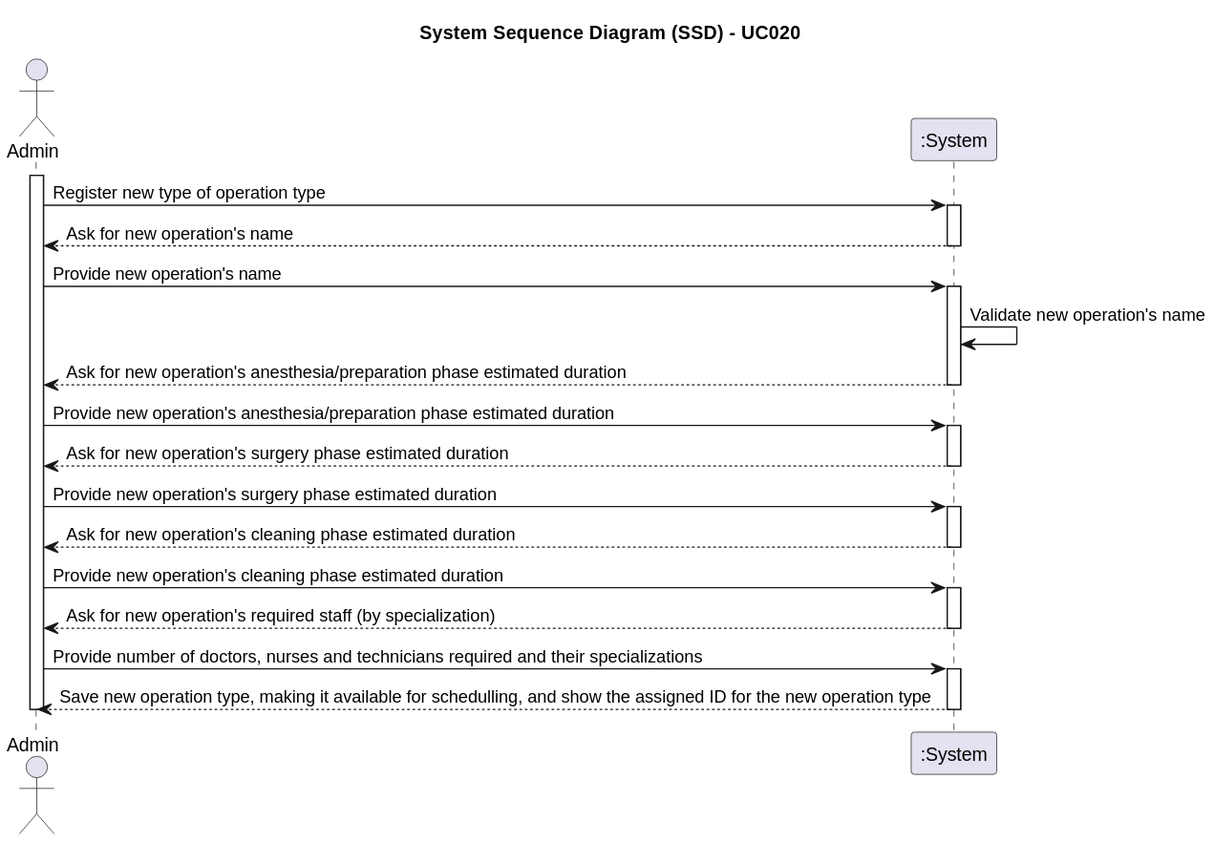
Earlier version of the PlantUML export docs/SprintA/UseCases/UC020/01.requirements-engineering/svg/uc020-system-sequence-diagram.svg (1221124/sem5pi-24-25-g031). The source it was exported from:
```plantuml
@startuml
title System Sequence Diagram (SSD) - UC020
actor Admin as Adm
participant ":System" as System

activate Adm

    Adm -> System: Register new type of operation type
    activate System

        System --> Adm: Ask for new operation's name
    deactivate System

    Adm -> System: Provide new operation's name
    activate System

        System -> System: Validate new operation's name

        System --> Adm: Ask for new operation's anesthesia/preparation phase estimated duration
    deactivate System

    Adm -> System: Provide new operation's anesthesia/preparation phase estimated duration
    activate System

        System --> Adm: Ask for new operation's surgery phase estimated duration
    deactivate System

    Adm -> System: Provide new operation's surgery phase estimated duration
    activate System

        System --> Adm: Ask for new operation's cleaning phase estimated duration
    deactivate System

    Adm -> System: Provide new operation's cleaning phase estimated duration
    activate System

        System --> Adm: Ask for new operation's required staff (by specialization)
    deactivate System

    Adm -> System: Provide number of doctors, nurses and technicians required and their specializations
    activate System

        System --> Adm: Save new operation type, making it available for schedulling, and show the assigned ID for the new operation type
    deactivate System
deactivate Adm
@enduml
```
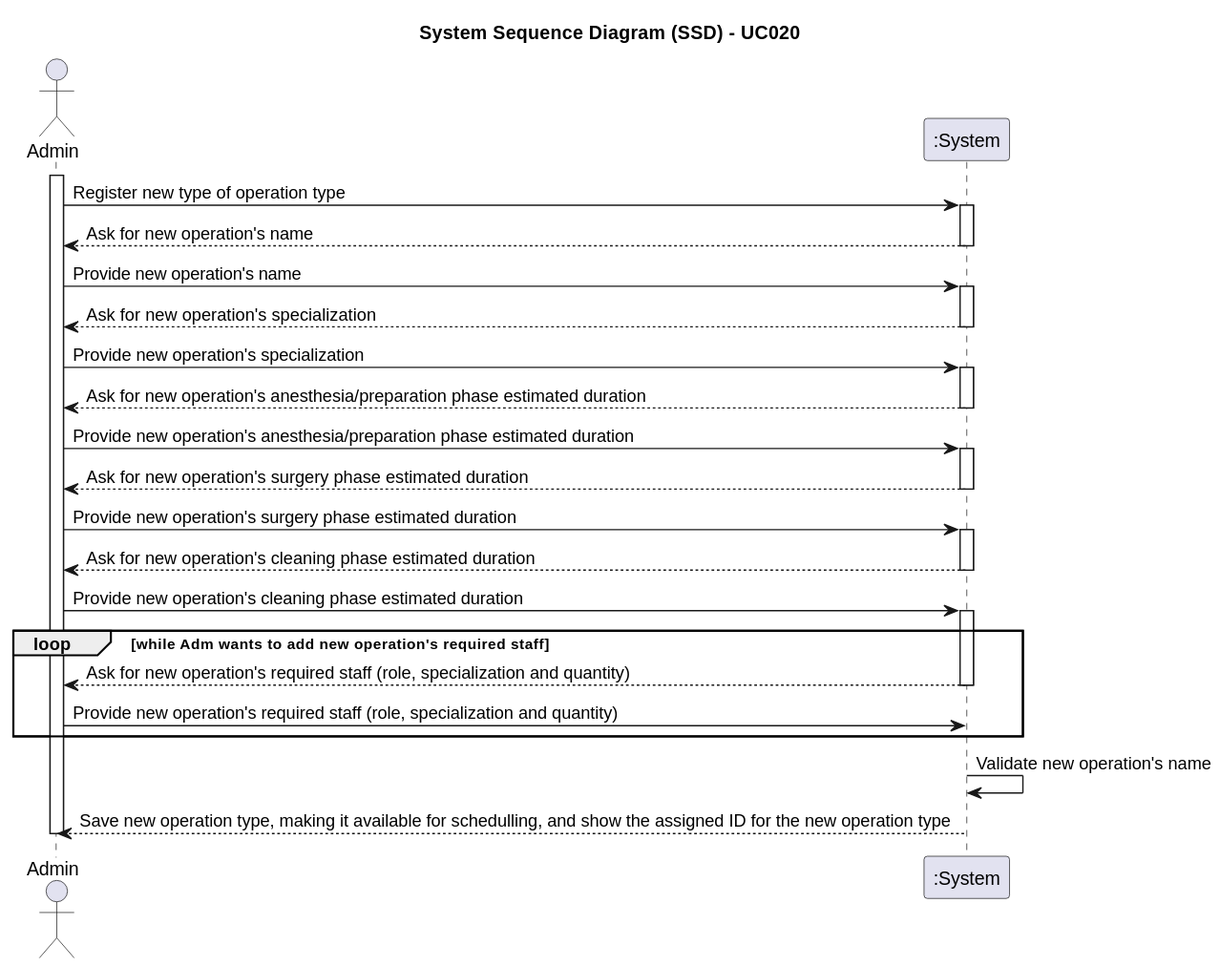
The same file after the commit.

Diff of the diagram source:
```diff
@@ -6,41 +6,66 @@
 activate Adm
 
     Adm -> System: Register new type of operation type
+
     activate System
 
         System --> Adm: Ask for new operation's name
+
     deactivate System
 
     Adm -> System: Provide new operation's name
+
+    activate System
+
+        System --> Adm: Ask for new operation's specialization
+
+    deactivate System
+
+    Adm -> System: Provide new operation's specialization
+
+    activate System
+
+        System --> Adm: Ask for new operation's anesthesia/preparation phase estimated duration
+
+    deactivate System
+
+    Adm -> System: Provide new operation's anesthesia/preparation phase estimated duration
+
+    activate System
+
+        System --> Adm: Ask for new operation's surgery phase estimated duration
+
+    deactivate System
+
+    Adm -> System: Provide new operation's surgery phase estimated duration
+
+    activate System
+
+        System --> Adm: Ask for new operation's cleaning phase estimated duration
+
+    deactivate System
+
+    Adm -> System: Provide new operation's cleaning phase estimated duration
+
+    loop while Adm wants to add new operation's required staff
+
+        activate System
+
+            System --> Adm: Ask for new operation's required staff (role, specialization and quantity)
+
+        deactivate System
+
+        Adm -> System: Provide new operation's required staff (role, specialization and quantity)
+
+    end
+
     activate System
 
         System -> System: Validate new operation's name
 
-        System --> Adm: Ask for new operation's anesthesia/preparation phase estimated duration
+        System --> Adm: Save new operation type, making it available for schedulling, and show the assigned ID for the new operation type
+
     deactivate System
 
-    Adm -> System: Provide new operation's anesthesia/preparation phase estimated duration
-    activate System
-
-        System --> Adm: Ask for new operation's surgery phase estimated duration
-    deactivate System
-
-    Adm -> System: Provide new operation's surgery phase estimated duration
-    activate System
-
-        System --> Adm: Ask for new operation's cleaning phase estimated duration
-    deactivate System
-
-    Adm -> System: Provide new operation's cleaning phase estimated duration
-    activate System
-
-        System --> Adm: Ask for new operation's required staff (by specialization)
-    deactivate System
-
-    Adm -> System: Provide number of doctors, nurses and technicians required and their specializations
-    activate System
-
-        System --> Adm: Save new operation type, making it available for schedulling, and show the assigned ID for the new operation type
-    deactivate System
 deactivate Adm
 @enduml
```
